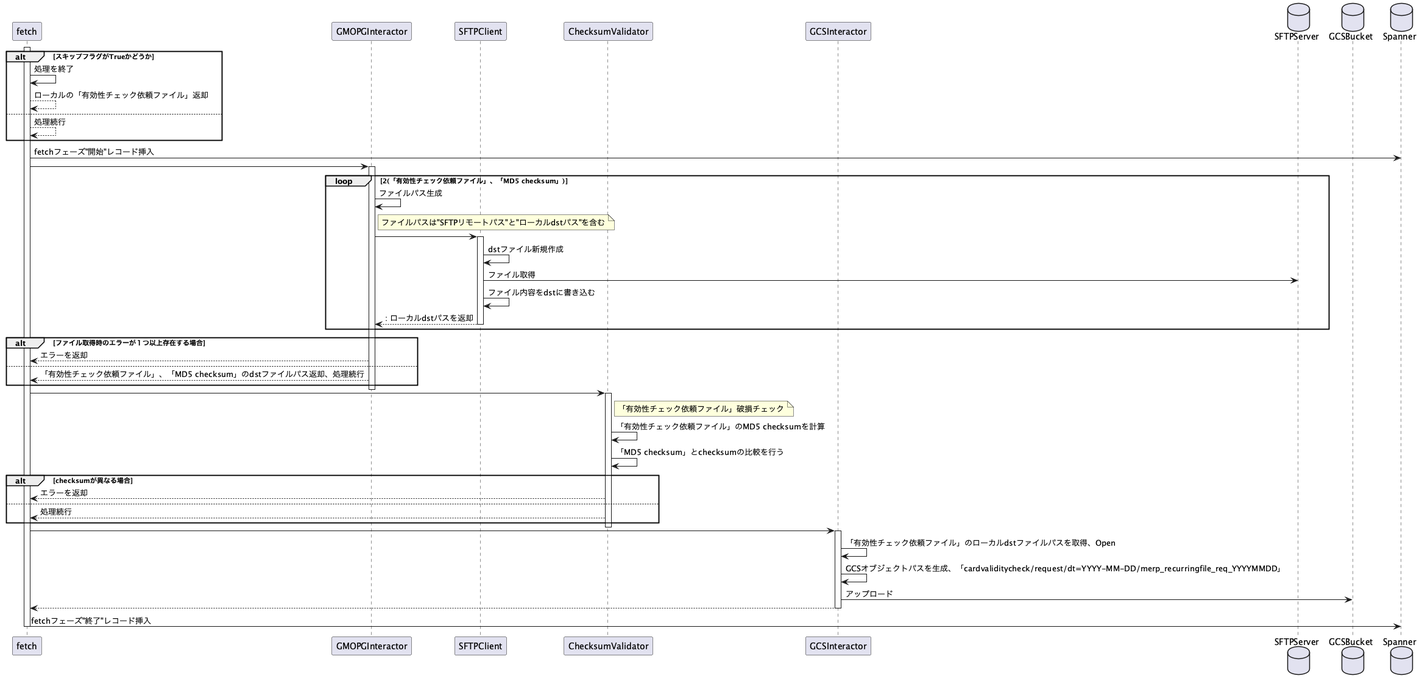
norun9/uml keeps this PlantUML diagram as download_files_from_gmopg-sftp.png. Above is the earlier version.
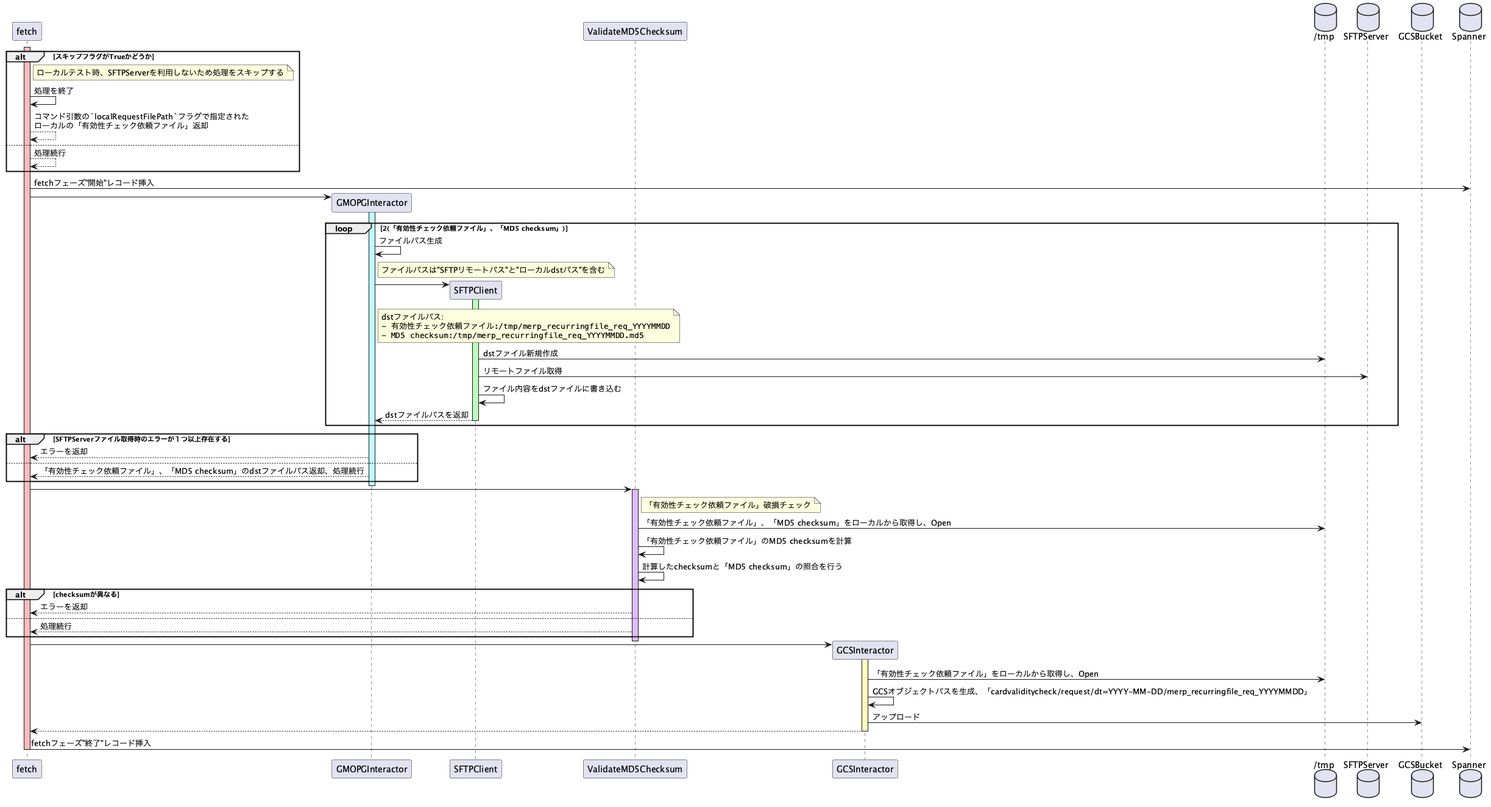
Later version of the same file.

What changed in the source:
```diff
@@ -2,56 +2,63 @@
 participant fetch
 participant GMOPGInteractor
 participant SFTPClient
-participant ChecksumValidator
+participant ValidateMD5Checksum
 participant GCSInteractor
+database "/tmp" as tmp
 database SFTPServer
 database GCSBucket
 database Spanner
 
-activate fetch
+activate fetch  #FFBBBB
 alt スキップフラグがTrueかどうか
+    note right of fetch: ローカルテスト時、SFTPServerを利用しないため処理をスキップする
     fetch -> fetch: 処理を終了
-    return ローカルの「有効性チェック依頼ファイル」返却
+    return コマンド引数の`localRequestFilePath`フラグで指定された\nローカルの「有効性チェック依頼ファイル」返却
 else
     fetch --> fetch: 処理続行
 end
 fetch -> Spanner: fetchフェーズ"開始"レコード挿入
+create GMOPGInteractor
 fetch -> GMOPGInteractor
 
-activate GMOPGInteractor
+activate GMOPGInteractor #BBFFFF
 loop 2(「有効性チェック依頼ファイル」、「MD5 checksum」)
     GMOPGInteractor -> GMOPGInteractor: ファイルパス生成
     note right of GMOPGInteractor: ファイルパスは"SFTPリモートパス"と"ローカルdstパス"を含む
+    create SFTPClient
     GMOPGInteractor -> SFTPClient
-    activate SFTPClient
-    SFTPClient -> SFTPClient: dstファイル新規作成
-    SFTPClient -> SFTPServer: ファイル取得
-    SFTPClient -> SFTPClient: ファイル内容をdstに書き込む
-    return: ローカルdstパスを返却
+    activate SFTPClient #BBFFBB
+    note right of GMOPGInteractor: dstファイルパス:\n""- 有効性チェック依頼ファイル:/tmp/merp_recurringfile_req_YYYYMMDD""\n""- MD5 checksum:/tmp/merp_recurringfile_req_YYYYMMDD.md5""
+    SFTPClient -> tmp: dstファイル新規作成
+    SFTPClient -> SFTPServer: リモートファイル取得
+    SFTPClient -> SFTPClient: ファイル内容をdstファイルに書き込む
+    return dstファイルパスを返却
     deactivate SFTPClient
 end
-alt ファイル取得時のエラーが１つ以上存在する場合
+alt SFTPServerファイル取得時のエラーが１つ以上存在する
     GMOPGInteractor --> fetch: エラーを返却
 else
     GMOPGInteractor --> fetch: 「有効性チェック依頼ファイル」、「MD5 checksum」のdstファイルパス返却、処理続行
 end
 deactivate GMOPGInteractor
 
-fetch -> ChecksumValidator
-note right of ChecksumValidator: 「有効性チェック依頼ファイル」破損チェック
-activate ChecksumValidator
-ChecksumValidator -> ChecksumValidator:「有効性チェック依頼ファイル」のMD5 checksumを計算
-ChecksumValidator -> ChecksumValidator: 「MD5 checksum」とchecksumの比較を行う
-alt checksumが異なる場合
-    ChecksumValidator --> fetch: エラーを返却
+fetch -> ValidateMD5Checksum
+note right of ValidateMD5Checksum: 「有効性チェック依頼ファイル」破損チェック
+activate ValidateMD5Checksum #E1BBFF
+ValidateMD5Checksum -> tmp: 「有効性チェック依頼ファイル」、「MD5 checksum」をローカルから取得し、Open
+ValidateMD5Checksum -> ValidateMD5Checksum:「有効性チェック依頼ファイル」のMD5 checksumを計算
+ValidateMD5Checksum -> ValidateMD5Checksum: 計算したchecksumと「MD5 checksum」の照合を行う
+alt checksumが異なる
+    ValidateMD5Checksum --> fetch: エラーを返却
 else
-    ChecksumValidator --> fetch: 処理続行
+    ValidateMD5Checksum --> fetch: 処理続行
 end
-deactivate ChecksumValidator
+deactivate ValidateMD5Checksum
 
+create GCSInteractor
 fetch -> GCSInteractor
-activate GCSInteractor
-GCSInteractor -> GCSInteractor: 「有効性チェック依頼ファイル」のローカルdstファイルパスを取得、Open
+activate GCSInteractor #FFFFBB
+GCSInteractor -> tmp: 「有効性チェック依頼ファイル」をローカルから取得し、Open
 GCSInteractor -> GCSInteractor: GCSオブジェクトパスを生成、「cardvaliditycheck/request/dt=YYYY-MM-DD/merp_recurringfile_req_YYYYMMDD」
 GCSInteractor -> GCSBucket: アップロード
 return
```
